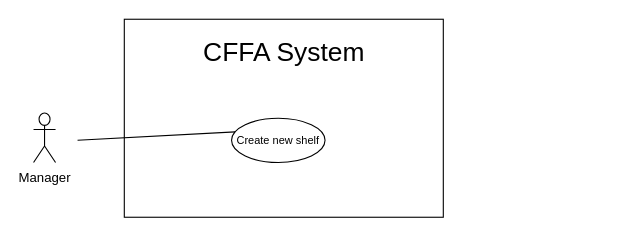
luannmdev/CapstoneDocument keeps this draw.io diagram as page "CreateShelf" (6 of 26) of Users/HuuDN/UsecaseDiagram/Manager/Overview.drawio. Above is the earlier version. Source tidied: cells renumbered, new cells numbered last; positions are measured from the earlier drawing's top-left corner, leaving out a move shared by most shapes. Both pictures are drawn from the tidied source at 110%, with x=0, y=0 at pixel (33, 19).
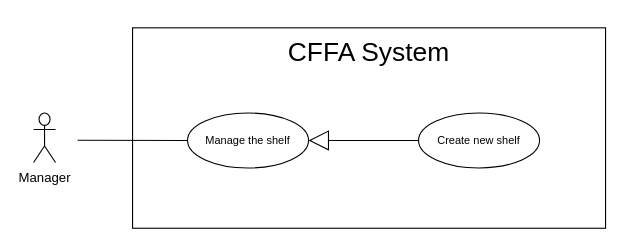
Above is the later version.

Change to the diagram source:
```diff
@@
 <mxGraphModel>
   <root>
-    <mxCell id="0" />
-    <mxCell id="1" parent="0" />
-    <mxCell id="2" style="rounded=0;whiteSpace=wrap;html=1;" parent="1" vertex="1">
-      <mxGeometry x="82.5" width="290" height="180" as="geometry" />
-    </mxCell>
+    <mxCell id="7" />
+    <mxCell id="8" parent="7" />
+    <mxCell id="9" style="rounded=0;whiteSpace=wrap;html=1;" parent="8" vertex="1">
+      <mxGeometry x="90" y="7.8" width="430" height="182.2" as="geometry" />
+    </mxCell>
-    <mxCell id="3" value="&lt;span style=&quot;font-size: 24px&quot;&gt;CFFA System&lt;/span&gt;" style="text;html=1;strokeColor=none;fillColor=none;align=center;verticalAlign=middle;whiteSpace=wrap;rounded=0;" parent="1" vertex="1">
-      <mxGeometry x="62.5" y="20" width="330" height="20" as="geometry" />
+    <mxCell id="3" value="&lt;span style=&quot;font-size: 24px&quot;&gt;CFFA System&lt;/span&gt;" style="text;html=1;strokeColor=none;fillColor=none;align=center;verticalAlign=middle;whiteSpace=wrap;rounded=0;" parent="8" vertex="1">
+      <mxGeometry x="140" y="20" width="330" height="20" as="geometry" />
     </mxCell>
-    <mxCell id="4" value="Manager" style="shape=umlActor;verticalLabelPosition=bottom;verticalAlign=top;html=1;" parent="1" vertex="1">
+    <mxCell id="4" value="Manager" style="shape=umlActor;verticalLabelPosition=bottom;verticalAlign=top;html=1;" parent="8" vertex="1">
       <mxGeometry y="85.2" width="20" height="45" as="geometry" />
     </mxCell>
+    <mxCell id="10" value="&lt;font style=&quot;font-size: 10px&quot;&gt;Manage the shelf&lt;br&gt;&lt;/font&gt;" style="ellipse;whiteSpace=wrap;html=1;fillColor=#ffffff;gradientColor=none;" parent="8" vertex="1">
+      <mxGeometry x="140" y="85.2" width="110" height="50" as="geometry" />
+    </mxCell>
+    <mxCell id="11" style="endArrow=none;html=1;rounded=0;exitX=0;exitY=0.5;exitDx=0;exitDy=0;" parent="8" edge="1" source="10">
+      <mxGeometry relative="1" as="geometry">
+        <mxPoint x="40" y="110" as="targetPoint" />
+      </mxGeometry>
+    </mxCell>
+    <mxCell id="12" style="endArrow=block;endSize=16;endFill=0;html=1;exitX=0;exitY=0.5;exitDx=0;exitDy=0;" parent="8" edge="1" source="5" target="10">
+      <mxGeometry relative="1" as="geometry" />
+    </mxCell>
-    <mxCell id="5" value="&lt;font style=&quot;font-size: 10px&quot;&gt;Create new shelf&lt;br&gt;&lt;/font&gt;" style="ellipse;whiteSpace=wrap;html=1;fillColor=#ffffff;gradientColor=none;" parent="1" vertex="1">
-      <mxGeometry x="180" y="90" width="85" height="40.2" as="geometry" />
+    <mxCell id="5" value="&lt;font style=&quot;font-size: 10px&quot;&gt;Create new shelf&lt;br&gt;&lt;/font&gt;" style="ellipse;whiteSpace=wrap;html=1;fillColor=#ffffff;gradientColor=none;" parent="8" vertex="1">
+      <mxGeometry x="350" y="85.2" width="110" height="50" as="geometry" />
     </mxCell>
-    <mxCell id="6" style="endArrow=none;html=1;rounded=0;exitX=0.039;exitY=0.308;exitDx=0;exitDy=0;exitPerimeter=0;" parent="1" edge="1" source="5">
-      <mxGeometry relative="1" as="geometry">
-        <mxPoint x="40" y="110" as="targetPoint" />
-      </mxGeometry>
-    </mxCell>
   </root>
 </mxGraphModel>
```
